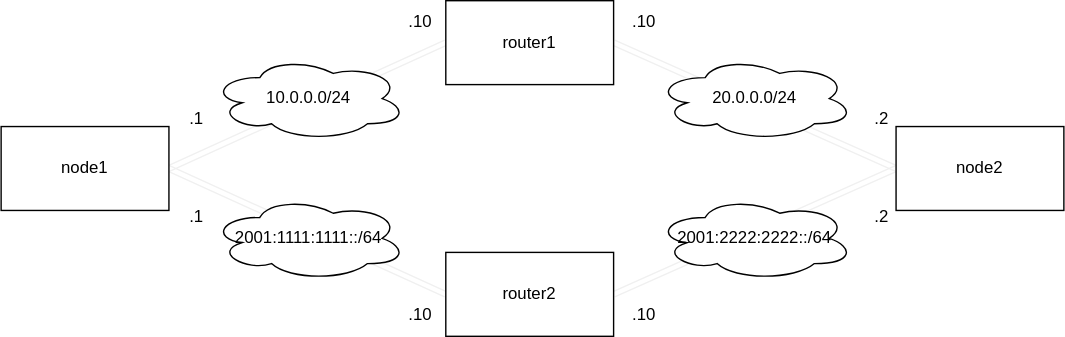
Above: Test-Infrastracture/Docker/docker-and-ipcmd_example/topology.drawio.svg in shin-ch13/network-lab (draw.io), before the change. Source tidied: cells renumbered, new cells last; positions are measured from the earlier drawing's top-left corner, leaving out a move shared by most shapes.
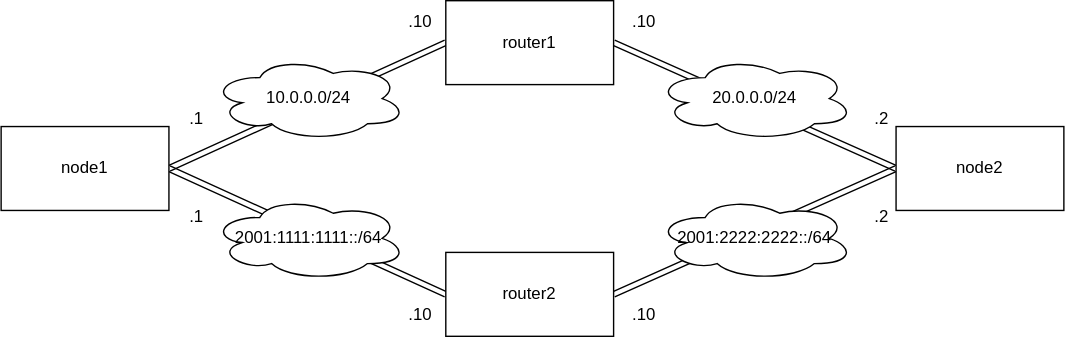
Above is the later version.

What changed in the source:
```diff
@@ -2,22 +2,22 @@
   <root>
     <mxCell id="0" />
     <mxCell id="1" parent="0" />
-    <mxCell id="2" style="edgeStyle=none;html=1;exitX=1;exitY=0.5;exitDx=0;exitDy=0;entryX=0;entryY=0.5;entryDx=0;entryDy=0;shape=link;strokeColor=#F0F0F0;" parent="1" edge="1" source="4" target="6">
+    <mxCell id="2" style="edgeStyle=none;html=1;exitX=1;exitY=0.5;exitDx=0;exitDy=0;entryX=0;entryY=0.5;entryDx=0;entryDy=0;shape=link;strokeColor=#000000;" parent="1" edge="1" source="4" target="6">
       <mxGeometry relative="1" as="geometry" />
     </mxCell>
-    <mxCell id="3" style="edgeStyle=none;shape=link;html=1;exitX=1;exitY=0.5;exitDx=0;exitDy=0;entryX=0;entryY=0.5;entryDx=0;entryDy=0;strokeColor=#F0F0F0;" parent="1" edge="1" source="4" target="8">
+    <mxCell id="3" style="edgeStyle=none;shape=link;html=1;exitX=1;exitY=0.5;exitDx=0;exitDy=0;entryX=0;entryY=0.5;entryDx=0;entryDy=0;strokeColor=#000000;" parent="1" edge="1" source="4" target="8">
       <mxGeometry relative="1" as="geometry" />
     </mxCell>
     <mxCell id="4" value="node1" style="rounded=0;whiteSpace=wrap;html=1;" parent="1" vertex="1">
       <mxGeometry y="90" width="120" height="60" as="geometry" />
     </mxCell>
-    <mxCell id="5" style="edgeStyle=none;shape=link;html=1;exitX=1;exitY=0.5;exitDx=0;exitDy=0;entryX=0;entryY=0.5;entryDx=0;entryDy=0;strokeColor=#F0F0F0;" parent="1" edge="1" source="6" target="9">
+    <mxCell id="5" style="edgeStyle=none;shape=link;html=1;exitX=1;exitY=0.5;exitDx=0;exitDy=0;entryX=0;entryY=0.5;entryDx=0;entryDy=0;strokeColor=#000000;" parent="1" edge="1" source="6" target="9">
       <mxGeometry relative="1" as="geometry" />
     </mxCell>
     <mxCell id="6" value="router1" style="rounded=0;whiteSpace=wrap;html=1;" parent="1" vertex="1">
       <mxGeometry x="318" width="120" height="60" as="geometry" />
     </mxCell>
-    <mxCell id="7" style="edgeStyle=none;shape=link;html=1;exitX=1;exitY=0.5;exitDx=0;exitDy=0;entryX=0;entryY=0.5;entryDx=0;entryDy=0;strokeColor=#F0F0F0;" parent="1" edge="1" source="8" target="9">
+    <mxCell id="7" style="edgeStyle=none;shape=link;html=1;exitX=1;exitY=0.5;exitDx=0;exitDy=0;entryX=0;entryY=0.5;entryDx=0;entryDy=0;strokeColor=#000000;" parent="1" edge="1" source="8" target="9">
       <mxGeometry relative="1" as="geometry" />
     </mxCell>
     <mxCell id="8" value="router2" style="rounded=0;whiteSpace=wrap;html=1;" parent="1" vertex="1">
```
